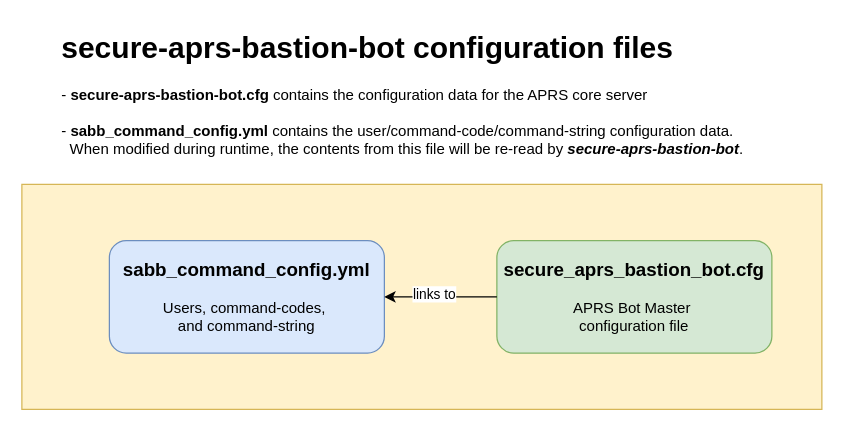
Above: img/sabb_config_files.drawio in joergschultzelutter/secure-aprs-bastion-bot (draw.io), before the change. Source tidied: cells renumbered, new cells numbered last; positions are measured from the earlier drawing's top-left corner, leaving out a move shared by most shapes. Both pictures are drawn from the tidied source at 125%, with x=0, y=0 at pixel (21, 21).
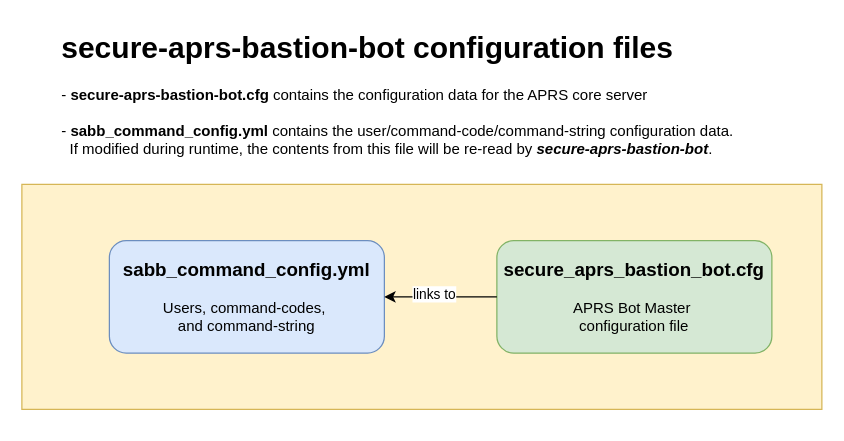
The same diagram, later.

The edit, as a diff of the source:
```diff
@@
 <mxGraphModel>
   <root>
     <mxCell id="0" />
     <mxCell id="1" parent="0" />
-    <mxCell id="2" value="&lt;h1 style=&quot;margin-top: 0px;&quot;&gt;secure-aprs-bastion-bot configuration files&lt;/h1&gt;&lt;div&gt;- &lt;b&gt;secure-aprs-bastion-bot.cfg&lt;/b&gt; contains the configuration data for the APRS core server&lt;/div&gt;&lt;div&gt;&lt;br&gt;&lt;/div&gt;&lt;div&gt;- &lt;b&gt;sabb_command_config.yml&lt;/b&gt; contains the user/command-code/command-string configuration data.&amp;nbsp; &amp;nbsp; &amp;nbsp; &amp;nbsp; When modified during runtime, the contents from this file will be re-read by &lt;b&gt;&lt;i&gt;secure-aprs-bastion-bot&lt;/i&gt;&lt;/b&gt;.&lt;/div&gt;" style="text;html=1;whiteSpace=wrap;overflow=hidden;rounded=0;" parent="1" vertex="1">
+    <mxCell id="2" value="&lt;h1 style=&quot;margin-top: 0px;&quot;&gt;secure-aprs-bastion-bot configuration files&lt;/h1&gt;&lt;div&gt;- &lt;b&gt;secure-aprs-bastion-bot.cfg&lt;/b&gt; contains the configuration data for the APRS core server&lt;/div&gt;&lt;div&gt;&lt;br&gt;&lt;/div&gt;&lt;div&gt;- &lt;b&gt;sabb_command_config.yml&lt;/b&gt; contains the user/command-code/command-string configuration data.&amp;nbsp; &amp;nbsp; &amp;nbsp; &amp;nbsp; If modified during runtime, the contents from this file will be re-read by &lt;b&gt;&lt;i&gt;secure-aprs-bastion-bot&lt;/i&gt;&lt;/b&gt;.&lt;/div&gt;" style="text;html=1;whiteSpace=wrap;overflow=hidden;rounded=0;" parent="1" vertex="1">
       <mxGeometry x="30" width="560" height="120" as="geometry" />
     </mxCell>
     <mxCell id="3" style="group;" parent="1" vertex="1">
       <mxGeometry y="130" width="640" height="180" as="geometry" />
     </mxCell>
     <mxCell id="4" style="rounded=0;whiteSpace=wrap;html=1;fillColor=#fff2cc;strokeColor=#d6b656;" parent="3" vertex="1">
       <mxGeometry width="640" height="180" as="geometry" />
     </mxCell>
     <mxCell id="5" value="&lt;font style=&quot;font-size: 15px;&quot;&gt;&lt;b&gt;sabb_command_config.yml&lt;/b&gt;&lt;/font&gt;&lt;div&gt;&lt;br&gt;&lt;/div&gt;&lt;div&gt;Users, command-codes,&amp;nbsp;&lt;/div&gt;&lt;div&gt;and command-string&lt;/div&gt;" style="rounded=1;whiteSpace=wrap;html=1;fillColor=#dae8fc;strokeColor=#6c8ebf;" parent="3" vertex="1">
       <mxGeometry x="70" y="45" width="220" height="90" as="geometry" />
     </mxCell>
     <mxCell id="6" value="&lt;font style=&quot;font-size: 15px;&quot;&gt;&lt;b&gt;secure_aprs_bastion_bot.cfg&lt;/b&gt;&lt;/font&gt;&lt;div&gt;&lt;br&gt;&lt;/div&gt;&lt;div&gt;APRS Bot Master&amp;nbsp;&lt;/div&gt;&lt;div&gt;configuration file&lt;/div&gt;" style="rounded=1;whiteSpace=wrap;html=1;fillColor=#d5e8d4;strokeColor=#82b366;" parent="3" vertex="1">
       <mxGeometry x="380" y="45" width="220" height="90" as="geometry" />
     </mxCell>
     <mxCell id="7" style="edgeStyle=orthogonalEdgeStyle;rounded=0;orthogonalLoop=1;jettySize=auto;html=1;exitX=0.5;exitY=1;exitDx=0;exitDy=0;" parent="3" edge="1" source="4" target="4">
       <mxGeometry relative="1" as="geometry" />
     </mxCell>
     <mxCell id="8" style="endArrow=classic;html=1;rounded=0;entryX=1;entryY=0.5;entryDx=0;entryDy=0;exitX=0;exitY=0.5;exitDx=0;exitDy=0;" parent="3" edge="1" source="6" target="5">
       <mxGeometry relative="1" as="geometry" />
     </mxCell>
     <mxCell id="9" value="links to" style="edgeLabel;html=1;align=center;verticalAlign=middle;" parent="8" vertex="1">
       <mxGeometry x="0.14" y="-3" relative="1" as="geometry" />
     </mxCell>
   </root>
 </mxGraphModel>
```
